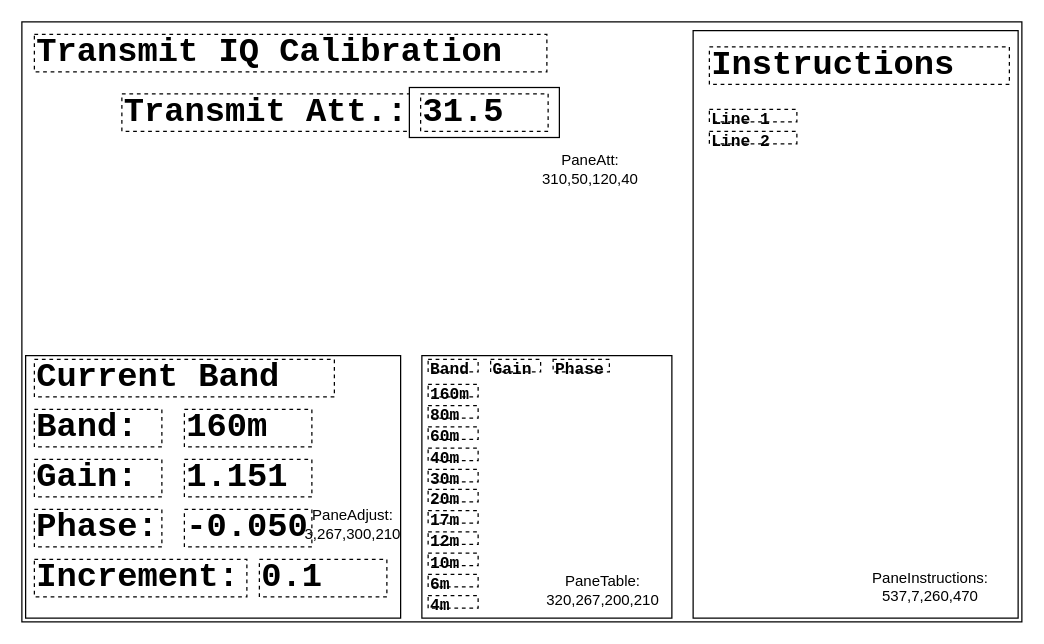
Above: page "Transmit IQ Cal" (3 of 4) of code/docs/window_panes.drawio in KI3P/Phoenix (draw.io), before the change. Source tidied: cells renumbered, new cells numbered last; positions are measured from the earlier drawing's top-left corner, leaving out a move shared by most shapes. Both pictures are drawn from the tidied source at 125%, with x=0, y=0 at pixel (21, 21).
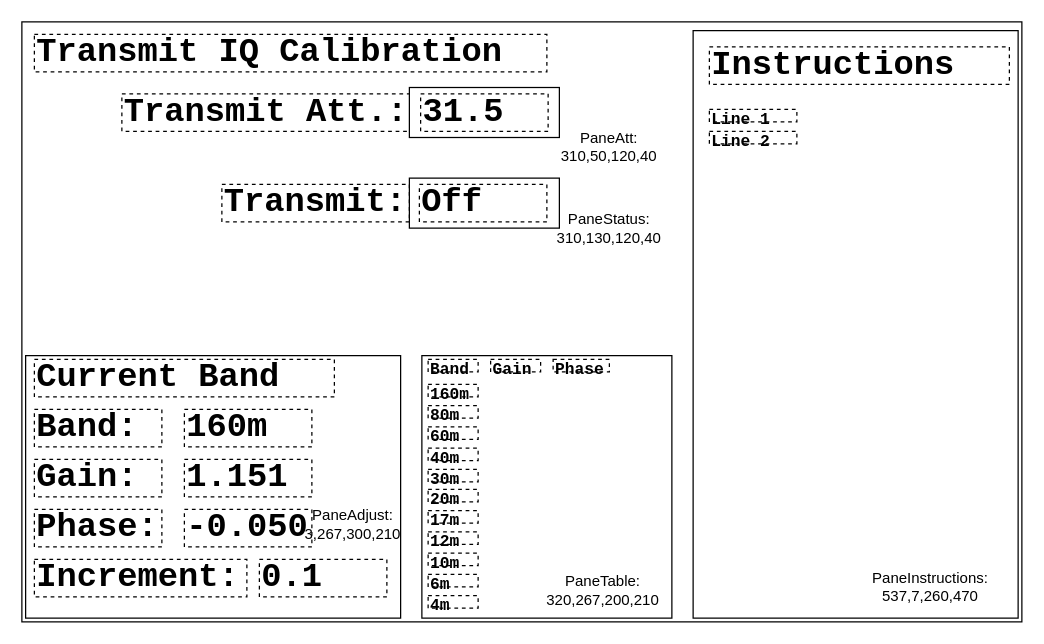
The same page after the edit.

The edit, as a diff of the source:
```diff
@@
     <mxCell id="39" value="PaneAtt: 310,50,120,40" style="text;html=1;whiteSpace=wrap;strokeColor=none;fillColor=none;align=center;verticalAlign=middle;rounded=0;" parent="1" vertex="1">
-      <mxGeometry x="400" y="92.5" width="110" height="50" as="geometry" />
+      <mxGeometry x="415" y="75" width="110" height="50" as="geometry" />
     </mxCell>
+    <mxCell id="40" value="Transmit:" style="rounded=0;whiteSpace=wrap;html=1;fontFamily=Courier New;fontSize=27;fontStyle=1;align=left;dashed=1;" parent="1" vertex="1">
+      <mxGeometry x="160" y="130" width="150" height="30" as="geometry" />
+    </mxCell>
+    <mxCell id="41" style="rounded=0;whiteSpace=wrap;html=1;" parent="1" vertex="1">
+      <mxGeometry x="310" y="125" width="120" height="40" as="geometry" />
+    </mxCell>
+    <mxCell id="42" value="Off" style="rounded=0;whiteSpace=wrap;html=1;fontFamily=Courier New;fontSize=27;fontStyle=1;align=left;dashed=1;" parent="1" vertex="1">
+      <mxGeometry x="318" y="130" width="102" height="30" as="geometry" />
+    </mxCell>
+    <mxCell id="43" value="PaneStatus: 310,130,120,40" style="text;html=1;whiteSpace=wrap;strokeColor=none;fillColor=none;align=center;verticalAlign=middle;rounded=0;" parent="1" vertex="1">
+      <mxGeometry x="415" y="140" width="110" height="50" as="geometry" />
+    </mxCell>
```
